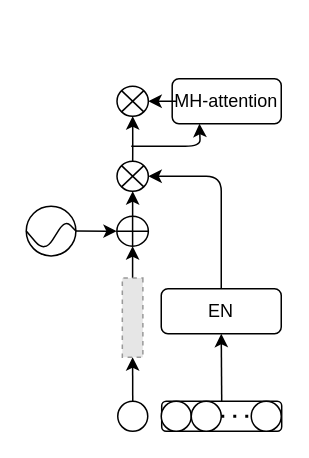
Earlier version of the draw.io diagram Untitled Diagram.drawio (jlinleung/Cheatsheets). Source tidied: cells renumbered, new cells numbered last; positions are measured from the earlier drawing's top-left corner, leaving out a move shared by most shapes. Both pictures are drawn from the tidied source at 150%, with x=0, y=0 at pixel (26, 78). Pictures stored in the file or linked from it are replaced by grey dashed boxes.
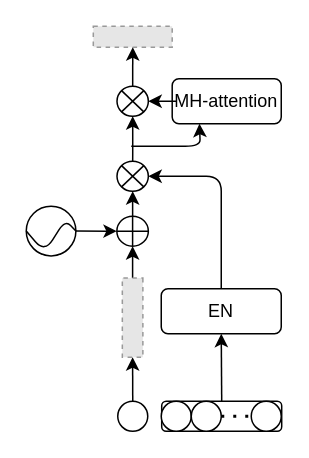
The same page after the edit.

The change refers to these unchanged cells:
```xml
<mxCell id="21" style="shape=sumEllipse;perimeter=ellipsePerimeter;whiteSpace=wrap;html=1;backgroundOutline=1;strokeWidth=1;" parent="1" vertex="1">
  <mxGeometry x="60.5" y="5" width="20.9" height="20" as="geometry" />
</mxCell>
```

The edit, as a diff of the source:
```diff
@@
+    <mxCell id="26" style="fillColor=#E6E6E6;strokeColor=#999999;dashed=1;verticalLabelPosition=bottom;labelBackgroundColor=#ffffff;verticalAlign=top;" parent="1" vertex="1">
+      <mxGeometry x="44.7" y="-35" width="52.6" height="14" as="geometry" />
+    </mxCell>
+    <mxCell id="27" style="endArrow=classic;html=1;exitX=0.5;exitY=0;exitDx=0;exitDy=0;entryX=0.5;entryY=1;entryDx=0;entryDy=0;" parent="1" edge="1" source="21" target="26">
+      <mxGeometry relative="1" as="geometry" />
+    </mxCell>
```
